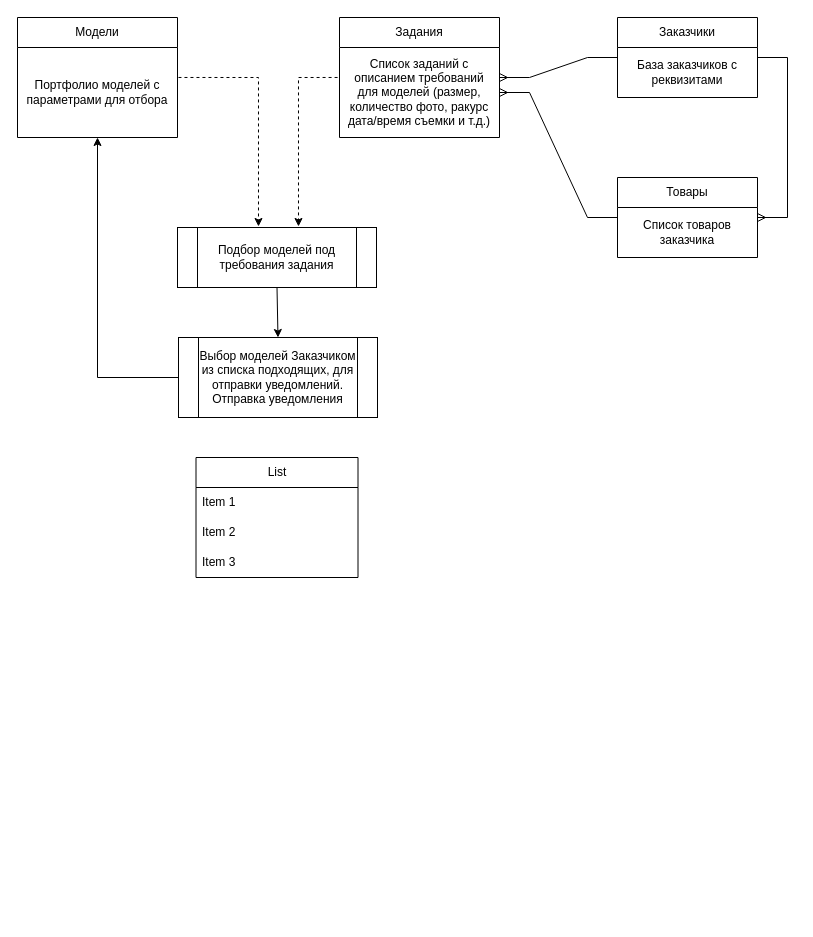
Above: Диаграмма без названия.drawio in kaznt81/kaznt81 (draw.io), before the change. Source tidied: cells renumbered, new cells numbered last; positions are measured from the earlier drawing's top-left corner, leaving out a move shared by most shapes. Both pictures are drawn from the tidied source at 100%, with x=0, y=0 at pixel (17, 17).
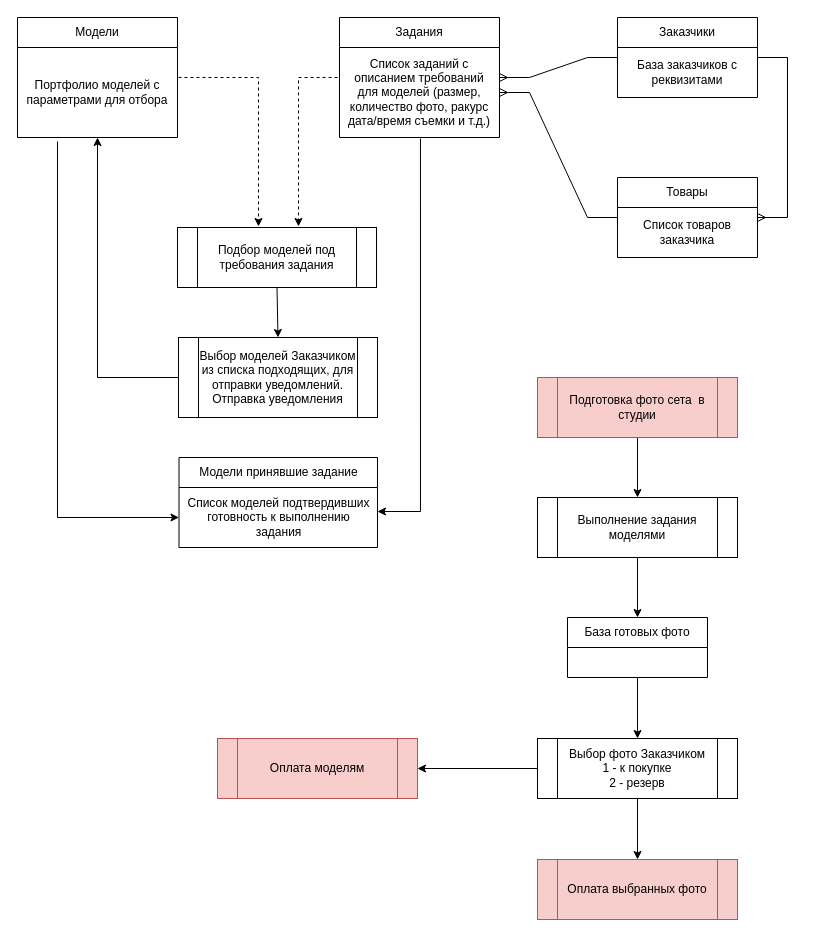
After the change.

Unchanged cells that the change refers to:
```xml
<mxCell id="3" value="Портфолио моделей с параметрами для отбора" style="text;strokeColor=none;fillColor=none;align=center;verticalAlign=middle;spacingLeft=4;spacingRight=4;overflow=hidden;points=[[0,0.5],[1,0.5]];portConstraint=eastwest;whiteSpace=wrap;html=1;" parent="2" vertex="1">
  <mxGeometry y="30" width="160" height="90" as="geometry" />
</mxCell>
<mxCell id="10" value="Список заданий с описанием требований для моделей (размер, количество фото, ракурс дата/время съемки и т.д.)" style="text;strokeColor=none;fillColor=none;align=center;verticalAlign=middle;spacingLeft=4;spacingRight=4;overflow=hidden;points=[[0,0.5],[1,0.5]];portConstraint=eastwest;whiteSpace=wrap;html=1;" parent="9" vertex="1">
  <mxGeometry y="30" width="160" height="90" as="geometry" />
</mxCell>
```

What changed in the source:
```diff
@@
-    <mxCell id="19" value="List" style="swimlane;fontStyle=0;horizontal=1;startSize=30;whiteSpace=wrap;html=1;" parent="1" vertex="1">
-      <mxGeometry x="178.5" y="440" width="162" height="120" as="geometry" />
+    <mxCell id="19" value="Модели принявшие задание" style="swimlane;fontStyle=0;horizontal=1;startSize=30;whiteSpace=wrap;html=1;" parent="1" vertex="1">
+      <mxGeometry x="161.5" y="440" width="198.5" height="90" as="geometry" />
     </mxCell>
-    <mxCell id="20" value="Item 1" style="text;strokeColor=none;fillColor=none;align=left;verticalAlign=middle;spacingLeft=4;spacingRight=4;overflow=hidden;whiteSpace=wrap;html=1;" parent="19" vertex="1">
-      <mxGeometry y="30" width="162" height="30" as="geometry" />
-    </mxCell>
-    <mxCell id="21" value="Item 2" style="text;strokeColor=none;fillColor=none;align=left;verticalAlign=middle;spacingLeft=4;spacingRight=4;overflow=hidden;whiteSpace=wrap;html=1;" parent="19" vertex="1">
-      <mxGeometry y="60" width="162" height="30" as="geometry" />
-    </mxCell>
-    <mxCell id="22" value="Item 3" style="text;strokeColor=none;fillColor=none;align=left;verticalAlign=middle;spacingLeft=4;spacingRight=4;overflow=hidden;points=[[0,0.5],[1,0.5]];portConstraint=eastwest;whiteSpace=wrap;html=1;" parent="19" vertex="1">
-      <mxGeometry y="90" width="162" height="30" as="geometry" />
+    <mxCell id="22" value="Список моделей подтвердивших готовность к выполнению задания" style="text;strokeColor=none;fillColor=none;align=center;verticalAlign=middle;spacingLeft=4;spacingRight=4;overflow=hidden;points=[[0,0.5],[1,0.5]];portConstraint=eastwest;whiteSpace=wrap;html=1;" parent="19" vertex="1">
+      <mxGeometry y="30" width="198.5" height="60" as="geometry" />
     </mxCell>
+    <mxCell id="23" style="endArrow=classic;html=1;rounded=0;exitX=0.25;exitY=1.044;exitDx=0;exitDy=0;exitPerimeter=0;entryX=0;entryY=0.5;entryDx=0;entryDy=0;" parent="1" edge="1" source="3" target="22">
+      <mxGeometry relative="1" as="geometry">
+        <Array as="points">
+          <mxPoint x="40" y="500" />
+        </Array>
+      </mxGeometry>
+    </mxCell>
+    <mxCell id="24" style="endArrow=classic;html=1;rounded=0;exitX=0.506;exitY=1.011;exitDx=0;exitDy=0;exitPerimeter=0;" parent="1" edge="1" source="10">
+      <mxGeometry relative="1" as="geometry">
+        <mxPoint x="360" y="494" as="targetPoint" />
+        <Array as="points">
+          <mxPoint x="403" y="494" />
+        </Array>
+      </mxGeometry>
+    </mxCell>
+    <mxCell id="25" style="edgeStyle=orthogonalEdgeStyle;rounded=0;jettySize=auto;html=1;" parent="1" edge="1" source="26" target="28">
+      <mxGeometry relative="1" as="geometry" />
+    </mxCell>
+    <mxCell id="26" value="Подготовка фото сета&amp;nbsp; в студии" style="shape=process;whiteSpace=wrap;html=1;backgroundOutline=1;fillColor=#f8cecc;strokeColor=#b85450;" parent="1" vertex="1">
+      <mxGeometry x="520" y="360" width="200" height="60" as="geometry" />
+    </mxCell>
+    <mxCell id="27" style="edgeStyle=orthogonalEdgeStyle;rounded=0;jettySize=auto;html=1;" parent="1" edge="1" source="28" target="30">
+      <mxGeometry relative="1" as="geometry" />
+    </mxCell>
+    <mxCell id="28" value="Выполнение задания моделями" style="shape=process;whiteSpace=wrap;html=1;backgroundOutline=1;" parent="1" vertex="1">
+      <mxGeometry x="520" y="480" width="200" height="60" as="geometry" />
+    </mxCell>
+    <mxCell id="29" style="edgeStyle=orthogonalEdgeStyle;rounded=0;jettySize=auto;html=1;" parent="1" edge="1" source="30" target="33">
+      <mxGeometry relative="1" as="geometry" />
+    </mxCell>
+    <mxCell id="30" value="База готовых фото" style="swimlane;fontStyle=0;horizontal=1;startSize=30;whiteSpace=wrap;html=1;" parent="1" vertex="1">
+      <mxGeometry x="550" y="600" width="140" height="60" as="geometry" />
+    </mxCell>
+    <mxCell id="31" style="edgeStyle=orthogonalEdgeStyle;rounded=0;jettySize=auto;html=1;" parent="1" edge="1" source="33" target="34">
+      <mxGeometry relative="1" as="geometry" />
+    </mxCell>
+    <mxCell id="32" style="edgeStyle=orthogonalEdgeStyle;rounded=0;jettySize=auto;html=1;" parent="1" edge="1" source="33" target="35">
+      <mxGeometry relative="1" as="geometry" />
+    </mxCell>
+    <mxCell id="33" value="Выбор фото Заказчиком&lt;br&gt;1 - к покупке&lt;br&gt;2 - резерв" style="shape=process;whiteSpace=wrap;html=1;backgroundOutline=1;fontStyle=0;startSize=30;" parent="1" vertex="1">
+      <mxGeometry x="520" y="721" width="200" height="60" as="geometry" />
+    </mxCell>
+    <mxCell id="34" value="Оплата выбранных фото" style="shape=process;whiteSpace=wrap;html=1;backgroundOutline=1;fontStyle=0;startSize=30;fillColor=#f8cecc;strokeColor=#b85450;" parent="1" vertex="1">
+      <mxGeometry x="520" y="842" width="200" height="60" as="geometry" />
+    </mxCell>
+    <mxCell id="35" value="Оплата моделям" style="shape=process;whiteSpace=wrap;html=1;backgroundOutline=1;fontStyle=0;startSize=30;fillColor=#f8cecc;strokeColor=#b85450;" parent="1" vertex="1">
+      <mxGeometry x="200" y="721" width="200" height="60" as="geometry" />
+    </mxCell>
```
